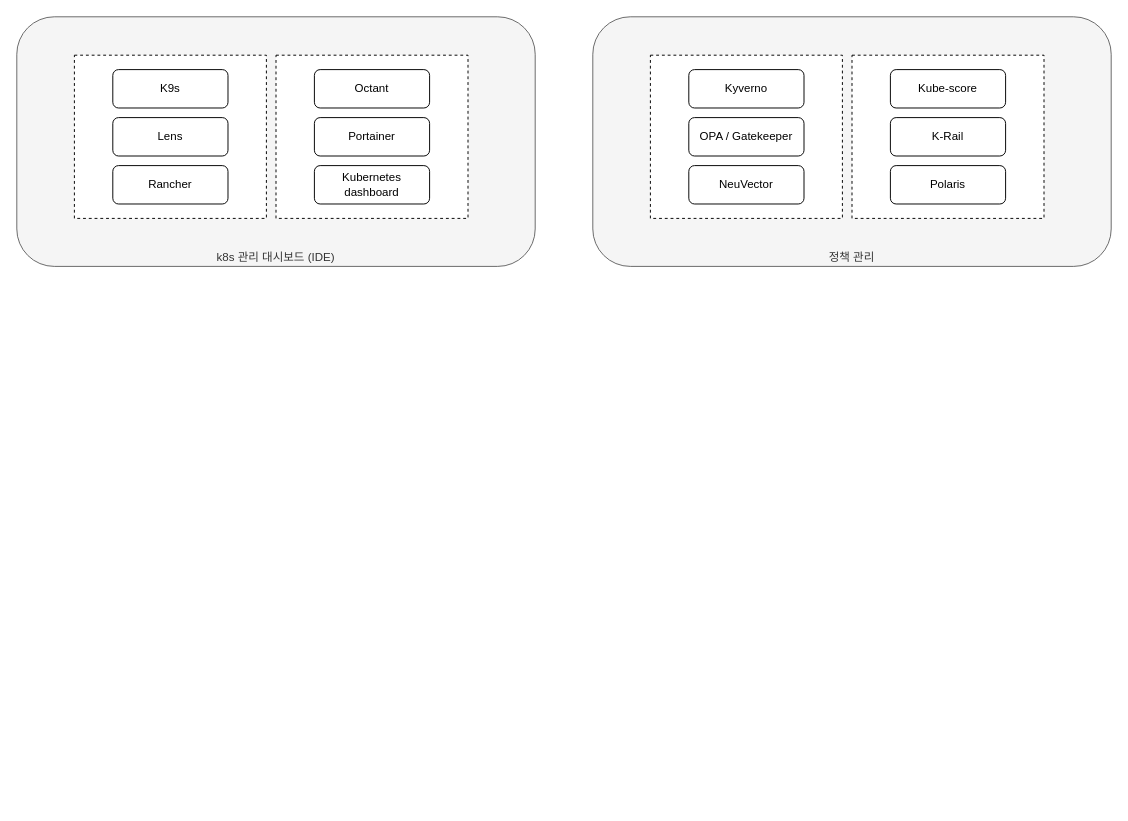
hakchangs/k8s-study keeps this draw.io diagram as page "tools" (2 of 2) of k8s.drawio. Above is the earlier version. Source tidied: cells renumbered, new cells numbered last; positions are measured from the earlier drawing's top-left corner, leaving out a move shared by most shapes. Both pictures are drawn from the tidied source at 96%, with x=0, y=0 at pixel (16, 16).
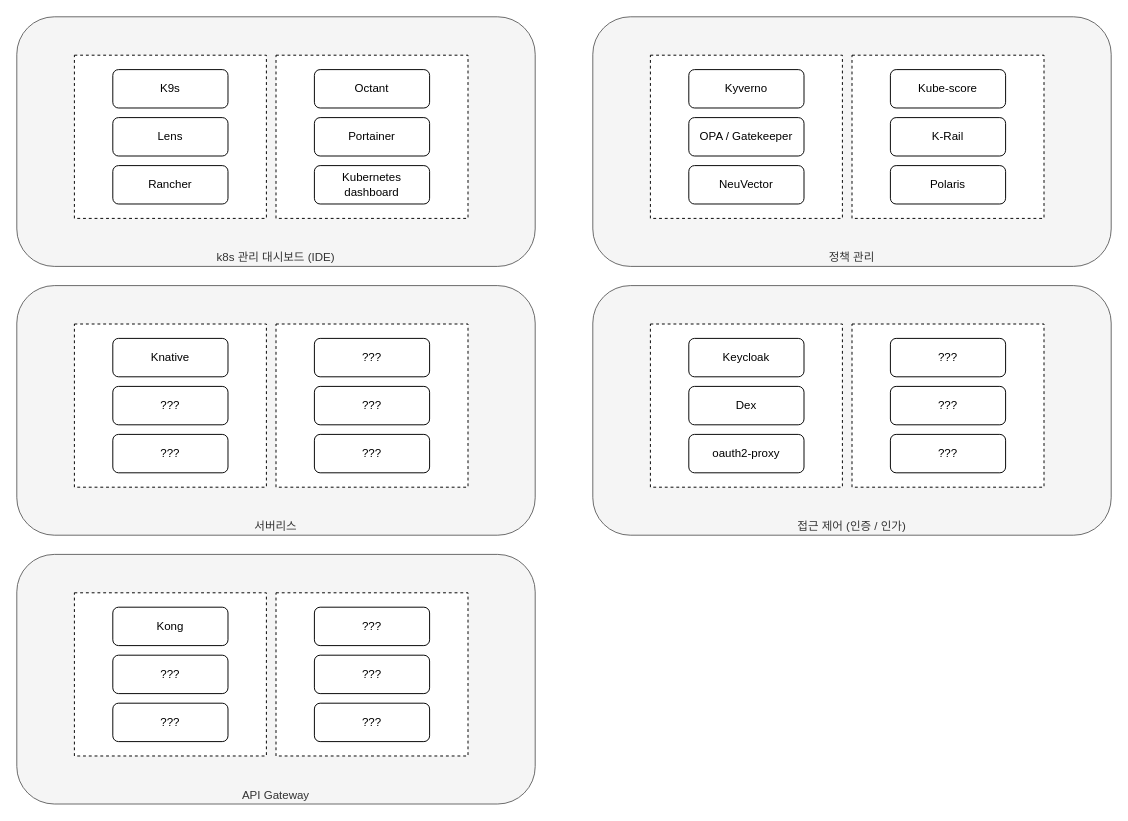
After the change.

Diff of the diagram source:
```diff
@@
+    <mxCell id="20" value="서버리스" style="rounded=1;whiteSpace=wrap;html=1;verticalAlign=bottom;fillColor=#f5f5f5;fontColor=#333333;strokeColor=#666666;" parent="1" vertex="1">
+      <mxGeometry y="280" width="540" height="260" as="geometry" />
+    </mxCell>
+    <mxCell id="21" style="rounded=0;whiteSpace=wrap;html=1;dashed=1;" parent="1" vertex="1">
+      <mxGeometry x="270" y="320" width="200" height="170" as="geometry" />
+    </mxCell>
+    <mxCell id="22" style="rounded=0;whiteSpace=wrap;html=1;dashed=1;" parent="1" vertex="1">
+      <mxGeometry x="60" y="320" width="200" height="170" as="geometry" />
+    </mxCell>
+    <mxCell id="23" value="Knative" style="rounded=1;whiteSpace=wrap;html=1;" parent="1" vertex="1">
+      <mxGeometry x="100" y="335" width="120" height="40" as="geometry" />
+    </mxCell>
+    <mxCell id="24" value="???" style="rounded=1;whiteSpace=wrap;html=1;" parent="1" vertex="1">
+      <mxGeometry x="100" y="385" width="120" height="40" as="geometry" />
+    </mxCell>
+    <mxCell id="25" value="???" style="rounded=1;whiteSpace=wrap;html=1;" parent="1" vertex="1">
+      <mxGeometry x="100" y="435" width="120" height="40" as="geometry" />
+    </mxCell>
+    <mxCell id="26" value="???" style="rounded=1;whiteSpace=wrap;html=1;" parent="1" vertex="1">
+      <mxGeometry x="310" y="335" width="120" height="40" as="geometry" />
+    </mxCell>
+    <mxCell id="27" value="???" style="rounded=1;whiteSpace=wrap;html=1;" parent="1" vertex="1">
+      <mxGeometry x="310" y="385" width="120" height="40" as="geometry" />
+    </mxCell>
+    <mxCell id="28" value="???" style="rounded=1;whiteSpace=wrap;html=1;" parent="1" vertex="1">
+      <mxGeometry x="310" y="435" width="120" height="40" as="geometry" />
+    </mxCell>
+    <mxCell id="29" value="접근 제어 (인증 / 인가)" style="rounded=1;whiteSpace=wrap;html=1;verticalAlign=bottom;fillColor=#f5f5f5;fontColor=#333333;strokeColor=#666666;" parent="1" vertex="1">
+      <mxGeometry x="600" y="280" width="540" height="260" as="geometry" />
+    </mxCell>
+    <mxCell id="30" style="rounded=0;whiteSpace=wrap;html=1;dashed=1;" parent="1" vertex="1">
+      <mxGeometry x="870" y="320" width="200" height="170" as="geometry" />
+    </mxCell>
+    <mxCell id="31" style="rounded=0;whiteSpace=wrap;html=1;dashed=1;" parent="1" vertex="1">
+      <mxGeometry x="660" y="320" width="200" height="170" as="geometry" />
+    </mxCell>
+    <mxCell id="32" value="Keycloak" style="rounded=1;whiteSpace=wrap;html=1;" parent="1" vertex="1">
+      <mxGeometry x="700" y="335" width="120" height="40" as="geometry" />
+    </mxCell>
+    <mxCell id="33" value="Dex" style="rounded=1;whiteSpace=wrap;html=1;" parent="1" vertex="1">
+      <mxGeometry x="700" y="385" width="120" height="40" as="geometry" />
+    </mxCell>
+    <mxCell id="34" value="oauth2-proxy" style="rounded=1;whiteSpace=wrap;html=1;" parent="1" vertex="1">
+      <mxGeometry x="700" y="435" width="120" height="40" as="geometry" />
+    </mxCell>
+    <mxCell id="35" value="???" style="rounded=1;whiteSpace=wrap;html=1;" parent="1" vertex="1">
+      <mxGeometry x="910" y="335" width="120" height="40" as="geometry" />
+    </mxCell>
+    <mxCell id="36" value="???" style="rounded=1;whiteSpace=wrap;html=1;" parent="1" vertex="1">
+      <mxGeometry x="910" y="385" width="120" height="40" as="geometry" />
+    </mxCell>
+    <mxCell id="37" value="???" style="rounded=1;whiteSpace=wrap;html=1;" parent="1" vertex="1">
+      <mxGeometry x="910" y="435" width="120" height="40" as="geometry" />
+    </mxCell>
+    <mxCell id="38" value="API Gateway" style="rounded=1;whiteSpace=wrap;html=1;verticalAlign=bottom;fillColor=#f5f5f5;fontColor=#333333;strokeColor=#666666;" parent="1" vertex="1">
+      <mxGeometry y="560" width="540" height="260" as="geometry" />
+    </mxCell>
+    <mxCell id="39" style="rounded=0;whiteSpace=wrap;html=1;dashed=1;" parent="1" vertex="1">
+      <mxGeometry x="270" y="600" width="200" height="170" as="geometry" />
+    </mxCell>
+    <mxCell id="40" style="rounded=0;whiteSpace=wrap;html=1;dashed=1;" parent="1" vertex="1">
+      <mxGeometry x="60" y="600" width="200" height="170" as="geometry" />
+    </mxCell>
+    <mxCell id="41" value="Kong" style="rounded=1;whiteSpace=wrap;html=1;" parent="1" vertex="1">
+      <mxGeometry x="100" y="615" width="120" height="40" as="geometry" />
+    </mxCell>
+    <mxCell id="42" value="???" style="rounded=1;whiteSpace=wrap;html=1;" parent="1" vertex="1">
+      <mxGeometry x="100" y="665" width="120" height="40" as="geometry" />
+    </mxCell>
+    <mxCell id="43" value="???" style="rounded=1;whiteSpace=wrap;html=1;" parent="1" vertex="1">
+      <mxGeometry x="100" y="715" width="120" height="40" as="geometry" />
+    </mxCell>
+    <mxCell id="44" value="???" style="rounded=1;whiteSpace=wrap;html=1;" parent="1" vertex="1">
+      <mxGeometry x="310" y="615" width="120" height="40" as="geometry" />
+    </mxCell>
+    <mxCell id="45" value="???" style="rounded=1;whiteSpace=wrap;html=1;" parent="1" vertex="1">
+      <mxGeometry x="310" y="665" width="120" height="40" as="geometry" />
+    </mxCell>
+    <mxCell id="46" value="???" style="rounded=1;whiteSpace=wrap;html=1;" parent="1" vertex="1">
+      <mxGeometry x="310" y="715" width="120" height="40" as="geometry" />
+    </mxCell>
```
